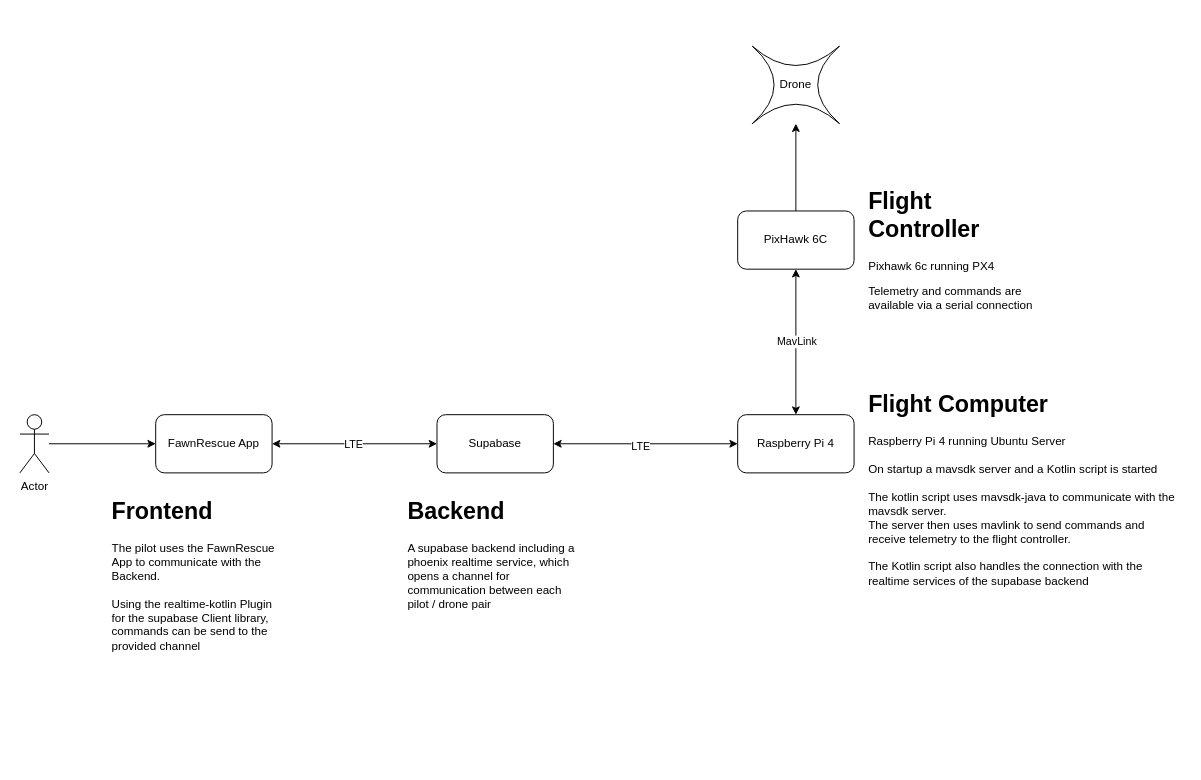
Earlier version of the draw.io diagram Communication.drawio (FawnRescue/planning). Source tidied: cells renumbered, new cells numbered last; positions are measured from the earlier drawing's top-left corner, leaving out a move shared by most shapes. Both pictures are drawn from the tidied source at 97%, with x=0, y=0 at pixel (19, 46).
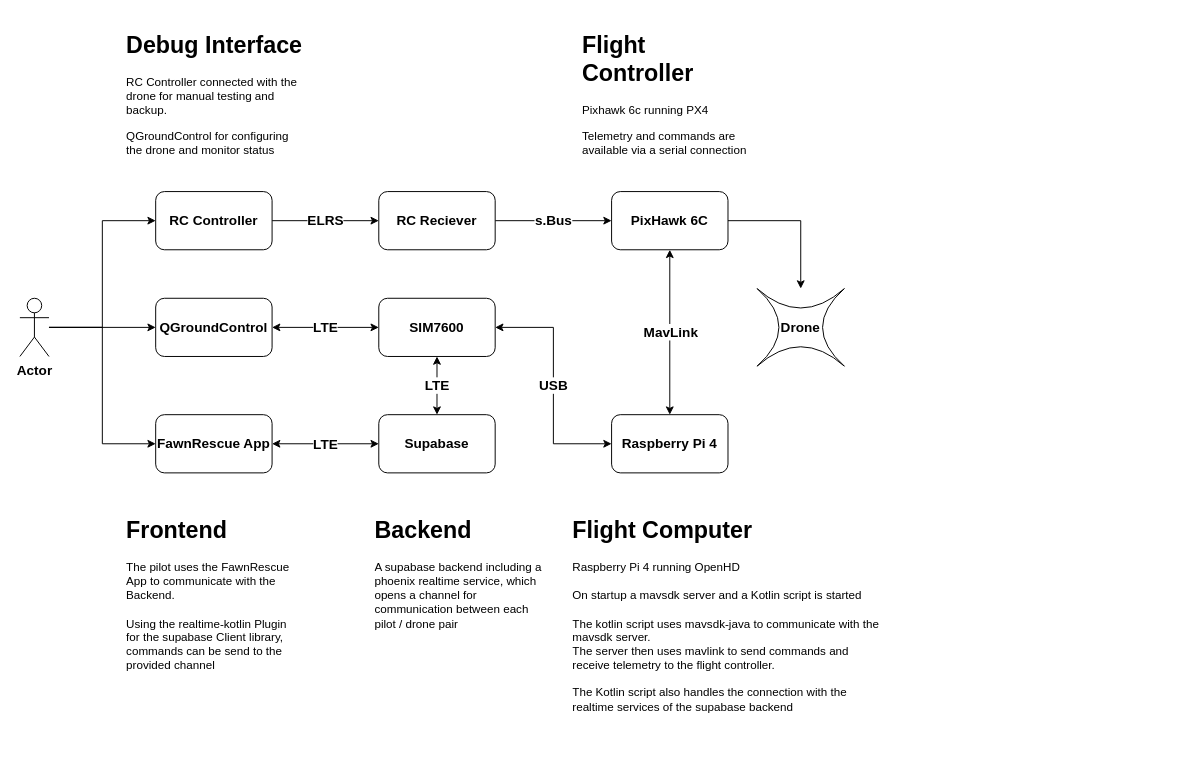
The same page after the edit.

What changed in the source:
```diff
@@
-    <mxCell id="2" style="edgeStyle=orthogonalEdgeStyle;rounded=0;jettySize=auto;html=1;entryX=0;entryY=0.5;entryDx=0;entryDy=0;" parent="1" edge="1" source="3" target="17">
+    <mxCell id="2" style="edgeStyle=orthogonalEdgeStyle;rounded=0;jettySize=auto;html=1;entryX=0;entryY=0.5;entryDx=0;entryDy=0;fontStyle=1;fontSize=14;" parent="1" edge="1" source="3" target="17">
       <mxGeometry relative="1" as="geometry" />
     </mxCell>
+    <mxCell id="20" style="edgeStyle=orthogonalEdgeStyle;rounded=0;jettySize=auto;html=1;fontStyle=1;fontSize=14;" parent="1" edge="1" source="3" target="28">
+      <mxGeometry relative="1" as="geometry" />
+    </mxCell>
+    <mxCell id="21" style="edgeStyle=orthogonalEdgeStyle;rounded=0;jettySize=auto;html=1;entryX=0;entryY=0.5;entryDx=0;entryDy=0;fontStyle=1;fontSize=14;" parent="1" edge="1" source="3" target="30">
+      <mxGeometry relative="1" as="geometry" />
+    </mxCell>
-    <mxCell id="3" value="Actor" style="shape=umlActor;verticalLabelPosition=bottom;verticalAlign=top;html=1;outlineConnect=0;" parent="1" vertex="1">
-      <mxGeometry y="380" width="30" height="60" as="geometry" />
+    <mxCell id="3" value="Actor" style="shape=umlActor;verticalLabelPosition=bottom;verticalAlign=top;html=1;outlineConnect=0;fontStyle=1;fontSize=14;" parent="1" vertex="1">
+      <mxGeometry y="260" width="30" height="60" as="geometry" />
     </mxCell>
-    <mxCell id="4" value="Drone" style="shape=switch;whiteSpace=wrap;html=1;" parent="1" vertex="1">
-      <mxGeometry x="755" width="90" height="80" as="geometry" />
+    <mxCell id="4" value="Drone" style="shape=switch;whiteSpace=wrap;html=1;fontStyle=1;fontSize=14;" parent="1" vertex="1">
+      <mxGeometry x="760" y="250" width="90" height="80" as="geometry" />
     </mxCell>
-    <mxCell id="5" style="edgeStyle=orthogonalEdgeStyle;rounded=0;jettySize=auto;html=1;entryX=0.5;entryY=0;entryDx=0;entryDy=0;startArrow=classic;startFill=1;" parent="1" edge="1" source="8" target="9">
+    <mxCell id="5" style="edgeStyle=orthogonalEdgeStyle;rounded=0;jettySize=auto;html=1;entryX=0.5;entryY=0;entryDx=0;entryDy=0;startArrow=classic;startFill=1;fontStyle=1;fontSize=14;" parent="1" edge="1" source="8" target="9">
       <mxGeometry relative="1" as="geometry" />
     </mxCell>
-    <mxCell id="6" value="MavLink" style="edgeLabel;html=1;align=center;verticalAlign=middle;" parent="5" vertex="1">
+    <mxCell id="6" value="MavLink" style="edgeLabel;html=1;align=center;verticalAlign=middle;fontStyle=1;fontSize=14;" parent="5" vertex="1">
       <mxGeometry x="-0.01" y="3" relative="1" as="geometry">
         <mxPoint x="-3" as="offset" />
       </mxGeometry>
     </mxCell>
-    <mxCell id="7" style="edgeStyle=orthogonalEdgeStyle;rounded=0;jettySize=auto;html=1;" parent="1" edge="1" source="8" target="4">
+    <mxCell id="7" style="edgeStyle=orthogonalEdgeStyle;rounded=0;jettySize=auto;html=1;fontStyle=1;fontSize=14;" parent="1" edge="1" source="8" target="4">
       <mxGeometry relative="1" as="geometry" />
     </mxCell>
-    <mxCell id="8" value="&lt;div&gt;PixHawk 6C&lt;/div&gt;" style="rounded=1;whiteSpace=wrap;html=1;" parent="1" vertex="1">
-      <mxGeometry x="740" y="170" width="120" height="60" as="geometry" />
+    <mxCell id="8" value="&lt;div style=&quot;font-size: 14px;&quot;&gt;PixHawk 6C&lt;/div&gt;" style="rounded=1;whiteSpace=wrap;html=1;fontStyle=1;fontSize=14;" parent="1" vertex="1">
+      <mxGeometry x="610" y="150" width="120" height="60" as="geometry" />
     </mxCell>
+    <mxCell id="22" value="USB" style="edgeStyle=orthogonalEdgeStyle;rounded=0;jettySize=auto;html=1;entryX=1;entryY=0.5;entryDx=0;entryDy=0;startArrow=classic;startFill=1;fontStyle=1;fontSize=14;" parent="1" edge="1" source="9" target="25">
+      <mxGeometry relative="1" as="geometry" />
+    </mxCell>
-    <mxCell id="9" value="Raspberry Pi 4" style="rounded=1;whiteSpace=wrap;html=1;" parent="1" vertex="1">
-      <mxGeometry x="740" y="380" width="120" height="60" as="geometry" />
+    <mxCell id="9" value="Raspberry Pi 4" style="rounded=1;whiteSpace=wrap;html=1;fontStyle=1;fontSize=14;" parent="1" vertex="1">
+      <mxGeometry x="610" y="380" width="120" height="60" as="geometry" />
     </mxCell>
     <mxCell id="10" value="&lt;h1&gt;Flight Controller&lt;br&gt;&lt;/h1&gt;&lt;p&gt;Pixhawk 6c running PX4&lt;/p&gt;&lt;p&gt;Telemetry and commands are available via a serial connection&lt;br&gt;&lt;/p&gt;" style="text;html=1;strokeColor=none;fillColor=none;spacing=5;spacingTop=-20;whiteSpace=wrap;overflow=hidden;rounded=0;" parent="1" vertex="1">
-      <mxGeometry x="870" y="140" width="190" height="150" as="geometry" />
+      <mxGeometry x="575" y="-20" width="190" height="150" as="geometry" />
     </mxCell>
-    <mxCell id="11" value="&lt;h1&gt;Flight Computer&lt;br&gt;&lt;/h1&gt;&lt;div&gt;Raspberry Pi 4 running Ubuntu Server&lt;/div&gt;&lt;div&gt;&lt;br&gt;&lt;/div&gt;&lt;div&gt;On startup a mavsdk server and a Kotlin script is started&lt;/div&gt;&lt;div&gt;&lt;br&gt;&lt;/div&gt;&lt;div&gt;The kotlin script uses mavsdk-java to communicate with the mavsdk server.&lt;/div&gt;&lt;div&gt;The server then uses mavlink to send commands and receive telemetry to the flight controller.&lt;/div&gt;&lt;div&gt;&lt;br&gt;&lt;/div&gt;&lt;div&gt;The Kotlin script also handles the connection with the realtime services of the supabase backend&lt;br&gt;&lt;/div&gt;" style="text;html=1;strokeColor=none;fillColor=none;spacing=5;spacingTop=-20;whiteSpace=wrap;overflow=hidden;rounded=0;" parent="1" vertex="1">
-      <mxGeometry x="870" y="350" width="330" height="260" as="geometry" />
+    <mxCell id="11" value="&lt;h1&gt;Flight Computer&lt;br&gt;&lt;/h1&gt;&lt;div&gt;Raspberry Pi 4 running OpenHD&lt;/div&gt;&lt;div&gt;&lt;br&gt;&lt;/div&gt;&lt;div&gt;On startup a mavsdk server and a Kotlin script is started&lt;/div&gt;&lt;div&gt;&lt;br&gt;&lt;/div&gt;&lt;div&gt;The kotlin script uses mavsdk-java to communicate with the mavsdk server.&lt;/div&gt;&lt;div&gt;The server then uses mavlink to send commands and receive telemetry to the flight controller.&lt;/div&gt;&lt;div&gt;&lt;br&gt;&lt;/div&gt;&lt;div&gt;The Kotlin script also handles the connection with the realtime services of the supabase backend&lt;br&gt;&lt;/div&gt;" style="text;html=1;strokeColor=none;fillColor=none;spacing=5;spacingTop=-20;whiteSpace=wrap;overflow=hidden;rounded=0;" parent="1" vertex="1">
+      <mxGeometry x="565" y="480" width="330" height="260" as="geometry" />
     </mxCell>
-    <mxCell id="12" style="edgeStyle=orthogonalEdgeStyle;rounded=0;jettySize=auto;html=1;entryX=0;entryY=0.5;entryDx=0;entryDy=0;startArrow=classic;startFill=1;" parent="1" edge="1" source="14" target="9">
-      <mxGeometry relative="1" as="geometry" />
-    </mxCell>
-    <mxCell id="13" value="&lt;div&gt;LTE&lt;/div&gt;" style="edgeLabel;html=1;align=center;verticalAlign=middle;" parent="12" vertex="1">
-      <mxGeometry x="-0.07" y="-2" relative="1" as="geometry">
-        <mxPoint x="1" as="offset" />
-      </mxGeometry>
-    </mxCell>
+    <mxCell id="23" value="LTE" style="edgeStyle=orthogonalEdgeStyle;rounded=0;jettySize=auto;html=1;entryX=0.5;entryY=1;entryDx=0;entryDy=0;startArrow=classic;startFill=1;fontStyle=1;fontSize=14;" parent="1" edge="1" source="14" target="25">
+      <mxGeometry relative="1" as="geometry" />
+    </mxCell>
-    <mxCell id="14" value="Supabase" style="rounded=1;whiteSpace=wrap;html=1;" parent="1" vertex="1">
-      <mxGeometry x="430" y="380" width="120" height="60" as="geometry" />
+    <mxCell id="14" value="Supabase" style="rounded=1;whiteSpace=wrap;html=1;fontStyle=1;fontSize=14;" parent="1" vertex="1">
+      <mxGeometry x="370" y="380" width="120" height="60" as="geometry" />
     </mxCell>
-    <mxCell id="15" style="edgeStyle=orthogonalEdgeStyle;rounded=0;jettySize=auto;html=1;entryX=0;entryY=0.5;entryDx=0;entryDy=0;startArrow=classic;startFill=1;" parent="1" edge="1" source="17" target="14">
+    <mxCell id="15" style="edgeStyle=orthogonalEdgeStyle;rounded=0;jettySize=auto;html=1;entryX=0;entryY=0.5;entryDx=0;entryDy=0;startArrow=classic;startFill=1;fontStyle=1;fontSize=14;" parent="1" edge="1" source="17" target="14">
       <mxGeometry relative="1" as="geometry" />
     </mxCell>
-    <mxCell id="16" value="LTE" style="edgeLabel;html=1;align=center;verticalAlign=middle;" parent="15" vertex="1">
+    <mxCell id="16" value="LTE" style="edgeLabel;html=1;align=center;verticalAlign=middle;fontStyle=1;fontSize=14;" parent="15" vertex="1">
       <mxGeometry x="-0.02" relative="1" as="geometry" />
     </mxCell>
-    <mxCell id="17" value="FawnRescue App" style="rounded=1;whiteSpace=wrap;html=1;" parent="1" vertex="1">
+    <mxCell id="17" value="FawnRescue App" style="rounded=1;whiteSpace=wrap;html=1;fontStyle=1;fontSize=14;" parent="1" vertex="1">
       <mxGeometry x="140" y="380" width="120" height="60" as="geometry" />
     </mxCell>
     <mxCell id="18" value="&lt;h1&gt;Backend&lt;br&gt;&lt;/h1&gt;&lt;div&gt;A supabase backend including a phoenix realtime service, which opens a channel for communication between each&amp;nbsp;&lt;/div&gt;&lt;div&gt;pilot / drone pair&lt;/div&gt;" style="text;html=1;strokeColor=none;fillColor=none;spacing=5;spacingTop=-20;whiteSpace=wrap;overflow=hidden;rounded=0;" parent="1" vertex="1">
-      <mxGeometry x="395" y="460" width="190" height="140" as="geometry" />
+      <mxGeometry x="361" y="480" width="190" height="140" as="geometry" />
     </mxCell>
     <mxCell id="19" value="&lt;h1&gt;Frontend&lt;br&gt;&lt;/h1&gt;&lt;div&gt;The pilot uses the FawnRescue App to communicate with the Backend.&lt;/div&gt;&lt;div&gt;&lt;br&gt;&lt;/div&gt;&lt;div&gt;Using the realtime-kotlin Plugin for the supabase Client library, commands can be send to the provided channel&lt;br&gt;&lt;/div&gt;" style="text;html=1;strokeColor=none;fillColor=none;spacing=5;spacingTop=-20;whiteSpace=wrap;overflow=hidden;rounded=0;" parent="1" vertex="1">
-      <mxGeometry x="90" y="460" width="190" height="180" as="geometry" />
+      <mxGeometry x="105" y="480" width="190" height="180" as="geometry" />
     </mxCell>
+    <mxCell id="24" value="LTE" style="edgeStyle=orthogonalEdgeStyle;rounded=0;jettySize=auto;html=1;entryX=1;entryY=0.5;entryDx=0;entryDy=0;startArrow=classic;startFill=1;fontStyle=1;fontSize=14;" parent="1" edge="1" source="25" target="28">
+      <mxGeometry relative="1" as="geometry" />
+    </mxCell>
+    <mxCell id="25" value="SIM7600" style="rounded=1;whiteSpace=wrap;html=1;fontStyle=1;fontSize=14;" parent="1" vertex="1">
+      <mxGeometry x="370" y="260" width="120" height="60" as="geometry" />
+    </mxCell>
+    <mxCell id="26" value="s.Bus" style="edgeStyle=orthogonalEdgeStyle;rounded=0;jettySize=auto;html=1;fontStyle=1;fontSize=14;" parent="1" edge="1" source="27" target="8">
+      <mxGeometry relative="1" as="geometry" />
+    </mxCell>
+    <mxCell id="27" value="RC Reciever" style="rounded=1;whiteSpace=wrap;html=1;fontStyle=1;fontSize=14;" parent="1" vertex="1">
+      <mxGeometry x="370" y="150" width="120" height="60" as="geometry" />
+    </mxCell>
+    <mxCell id="28" value="QGroundControl" style="rounded=1;whiteSpace=wrap;html=1;fontStyle=1;fontSize=14;" parent="1" vertex="1">
+      <mxGeometry x="140" y="260" width="120" height="60" as="geometry" />
+    </mxCell>
+    <mxCell id="29" value="ELRS" style="edgeStyle=orthogonalEdgeStyle;rounded=0;jettySize=auto;html=1;fontStyle=1;fontSize=14;" parent="1" edge="1" source="30" target="27">
+      <mxGeometry relative="1" as="geometry" />
+    </mxCell>
+    <mxCell id="30" value="RC Controller" style="rounded=1;whiteSpace=wrap;html=1;fontStyle=1;fontSize=14;" parent="1" vertex="1">
+      <mxGeometry x="140" y="150" width="120" height="60" as="geometry" />
+    </mxCell>
+    <mxCell id="31" value="&lt;h1&gt;Debug Interface&lt;/h1&gt;&lt;p&gt;RC Controller connected with the drone for manual testing and backup.&lt;/p&gt;&lt;p&gt;QGroundControl for configuring the drone and monitor status&lt;/p&gt;" style="text;html=1;strokeColor=none;fillColor=none;spacing=5;spacingTop=-20;whiteSpace=wrap;overflow=hidden;rounded=0;" parent="1" vertex="1">
+      <mxGeometry x="105" y="-20" width="190" height="150" as="geometry" />
+    </mxCell>
```
